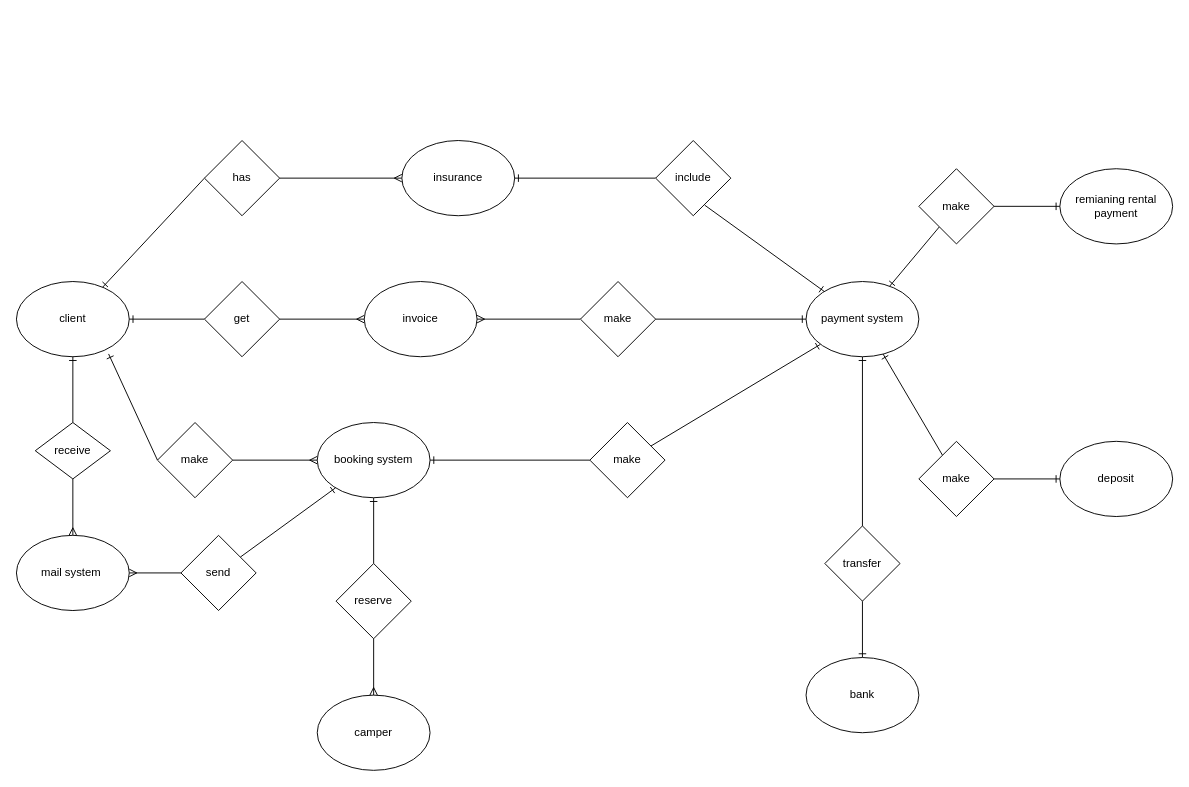
The draw.io diagram page "ER" (2 of 2) of Document/ER_DiagramCamper.drawio in Fei-D20/The_Autocamper_rental_business, before the edit. Source tidied: cells renumbered, new cells numbered last; positions are measured from the earlier drawing's top-left corner, leaving out a move shared by most shapes. Both pictures are drawn from the tidied source at 94%, with x=0, y=0 at pixel (16, 140).
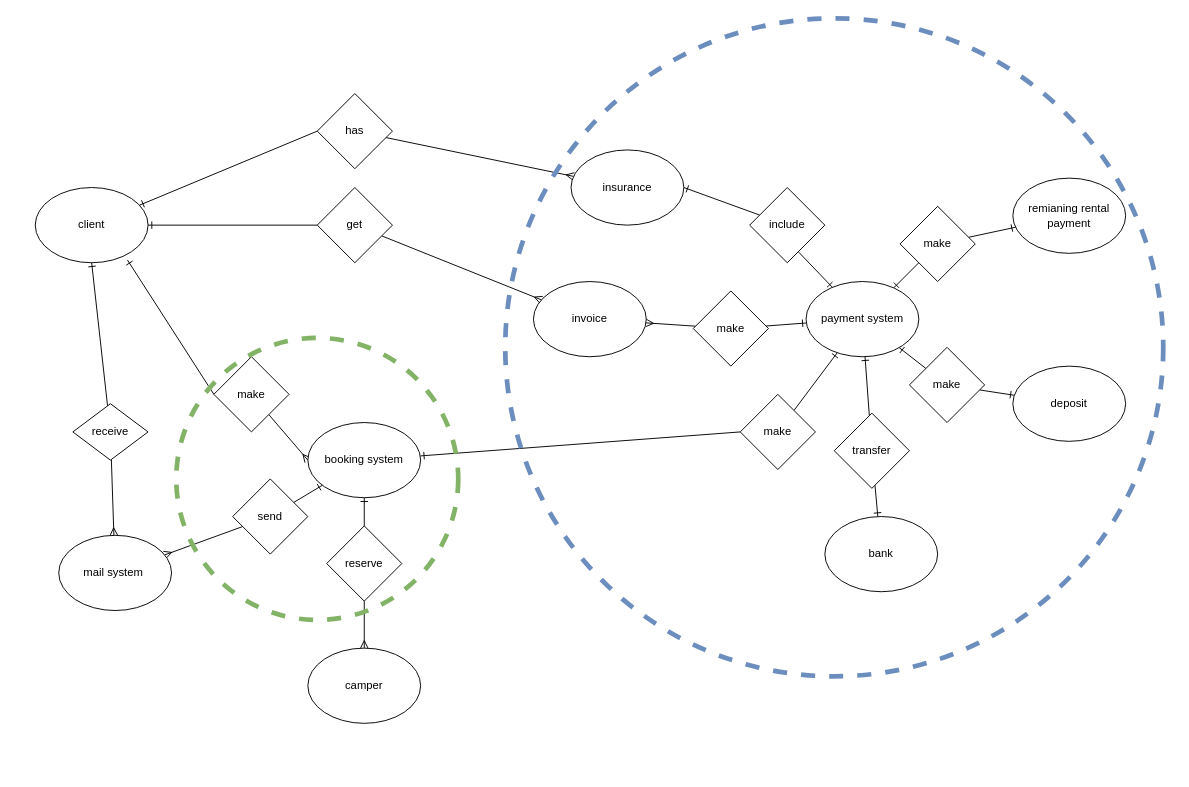
Above is the later version.

Change to the diagram source:
```diff
@@
     <mxCell id="4" value="make" style="rhombus;whiteSpace=wrap;html=1;" parent="1" vertex="1">
-      <mxGeometry x="150" y="300" width="80" height="80" as="geometry" />
+      <mxGeometry x="210" y="230" width="80" height="80" as="geometry" />
     </mxCell>
@@
     <mxCell id="7" value="booking system" style="ellipse;whiteSpace=wrap;html=1;" parent="1" vertex="1">
-      <mxGeometry x="320" y="300" width="120" height="80" as="geometry" />
+      <mxGeometry x="310" y="300" width="120" height="80" as="geometry" />
     </mxCell>
@@
     <mxCell id="9" value="make" style="rhombus;whiteSpace=wrap;html=1;" parent="1" vertex="1">
-      <mxGeometry x="610" y="300" width="80" height="80" as="geometry" />
+      <mxGeometry x="770" y="270" width="80" height="80" as="geometry" />
     </mxCell>
@@
     <mxCell id="11" value="client" style="ellipse;whiteSpace=wrap;html=1;" parent="1" vertex="1">
-      <mxGeometry y="150" width="120" height="80" as="geometry" />
+      <mxGeometry x="20" y="50" width="120" height="80" as="geometry" />
     </mxCell>
     <mxCell id="12" value="camper" style="ellipse;whiteSpace=wrap;html=1;" parent="1" vertex="1">
-      <mxGeometry x="320" y="590" width="120" height="80" as="geometry" />
+      <mxGeometry x="310" y="540" width="120" height="80" as="geometry" />
     </mxCell>
@@
     <mxCell id="14" value="reserve" style="rhombus;whiteSpace=wrap;html=1;" parent="1" vertex="1">
-      <mxGeometry x="340" y="450" width="80" height="80" as="geometry" />
+      <mxGeometry x="330" y="410" width="80" height="80" as="geometry" />
     </mxCell>
     <mxCell id="15" value="remianing rental payment" style="ellipse;whiteSpace=wrap;html=1;" parent="1" vertex="1">
-      <mxGeometry x="1110" y="30" width="120" height="80" as="geometry" />
+      <mxGeometry x="1060" y="40" width="120" height="80" as="geometry" />
     </mxCell>
@@
     <mxCell id="17" value="has" style="rhombus;whiteSpace=wrap;html=1;" parent="1" vertex="1">
-      <mxGeometry x="200" width="80" height="80" as="geometry" />
+      <mxGeometry x="320" y="-50" width="80" height="80" as="geometry" />
     </mxCell>
     <mxCell id="18" value="insurance" style="ellipse;whiteSpace=wrap;html=1;" parent="1" vertex="1">
-      <mxGeometry x="410" width="120" height="80" as="geometry" />
+      <mxGeometry x="590" y="10" width="120" height="80" as="geometry" />
     </mxCell>
@@
     <mxCell id="20" value="transfer" style="rhombus;whiteSpace=wrap;html=1;" parent="1" vertex="1">
-      <mxGeometry x="860" y="410" width="80" height="80" as="geometry" />
+      <mxGeometry x="870" y="290" width="80" height="80" as="geometry" />
     </mxCell>
     <mxCell id="21" value="bank" style="ellipse;whiteSpace=wrap;html=1;" parent="1" vertex="1">
-      <mxGeometry x="840" y="550" width="120" height="80" as="geometry" />
+      <mxGeometry x="860" y="400" width="120" height="80" as="geometry" />
     </mxCell>
@@
     <mxCell id="23" value="include" style="rhombus;whiteSpace=wrap;html=1;" parent="1" vertex="1">
-      <mxGeometry x="680" width="80" height="80" as="geometry" />
+      <mxGeometry x="780" y="50" width="80" height="80" as="geometry" />
     </mxCell>
@@
     <mxCell id="31" value="make" style="rhombus;whiteSpace=wrap;html=1;" parent="1" vertex="1">
-      <mxGeometry x="960" y="30" width="80" height="80" as="geometry" />
+      <mxGeometry x="940" y="70" width="80" height="80" as="geometry" />
     </mxCell>
@@
     <mxCell id="33" value="make" style="rhombus;whiteSpace=wrap;html=1;" parent="1" vertex="1">
-      <mxGeometry x="960" y="320" width="80" height="80" as="geometry" />
+      <mxGeometry x="950" y="220" width="80" height="80" as="geometry" />
     </mxCell>
     <mxCell id="34" value="deposit" style="ellipse;whiteSpace=wrap;html=1;" parent="1" vertex="1">
-      <mxGeometry x="1110" y="320" width="120" height="80" as="geometry" />
+      <mxGeometry x="1060" y="240" width="120" height="80" as="geometry" />
     </mxCell>
@@
     <mxCell id="36" value="make" style="rhombus;whiteSpace=wrap;html=1;" parent="1" vertex="1">
-      <mxGeometry x="600" y="150" width="80" height="80" as="geometry" />
+      <mxGeometry x="720" y="160" width="80" height="80" as="geometry" />
     </mxCell>
@@
     <mxCell id="38" value="invoice" style="ellipse;whiteSpace=wrap;html=1;" parent="1" vertex="1">
-      <mxGeometry x="370" y="150" width="120" height="80" as="geometry" />
+      <mxGeometry x="550" y="150" width="120" height="80" as="geometry" />
     </mxCell>
@@
     <mxCell id="41" value="send" style="rhombus;whiteSpace=wrap;html=1;" parent="1" vertex="1">
-      <mxGeometry x="175" y="420" width="80" height="80" as="geometry" />
+      <mxGeometry x="230" y="360" width="80" height="80" as="geometry" />
     </mxCell>
@@
     <mxCell id="43" value="mail system&amp;nbsp;" style="ellipse;whiteSpace=wrap;html=1;" parent="1" vertex="1">
-      <mxGeometry y="420" width="120" height="80" as="geometry" />
+      <mxGeometry x="45" y="420" width="120" height="80" as="geometry" />
     </mxCell>
@@
     <mxCell id="45" value="get" style="rhombus;whiteSpace=wrap;html=1;" parent="1" vertex="1">
-      <mxGeometry x="200" y="150" width="80" height="80" as="geometry" />
+      <mxGeometry x="320" y="50" width="80" height="80" as="geometry" />
     </mxCell>
@@
     <mxCell id="47" value="receive" style="rhombus;whiteSpace=wrap;html=1;" parent="1" vertex="1">
-      <mxGeometry x="20" y="300" width="80" height="60" as="geometry" />
+      <mxGeometry x="60" y="280" width="80" height="60" as="geometry" />
     </mxCell>
+    <mxCell id="48" style="ellipse;whiteSpace=wrap;html=1;strokeColor=#6c8ebf;fillColor=none;dashed=1;strokeWidth=5;" parent="1" vertex="1">
+      <mxGeometry x="520" y="-130" width="700" height="700" as="geometry" />
+    </mxCell>
+    <mxCell id="49" style="ellipse;whiteSpace=wrap;html=1;dashed=1;strokeWidth=5;strokeColor=#82b366;fillColor=none;" parent="1" vertex="1">
+      <mxGeometry x="170" y="210" width="300" height="300" as="geometry" />
+    </mxCell>
```
